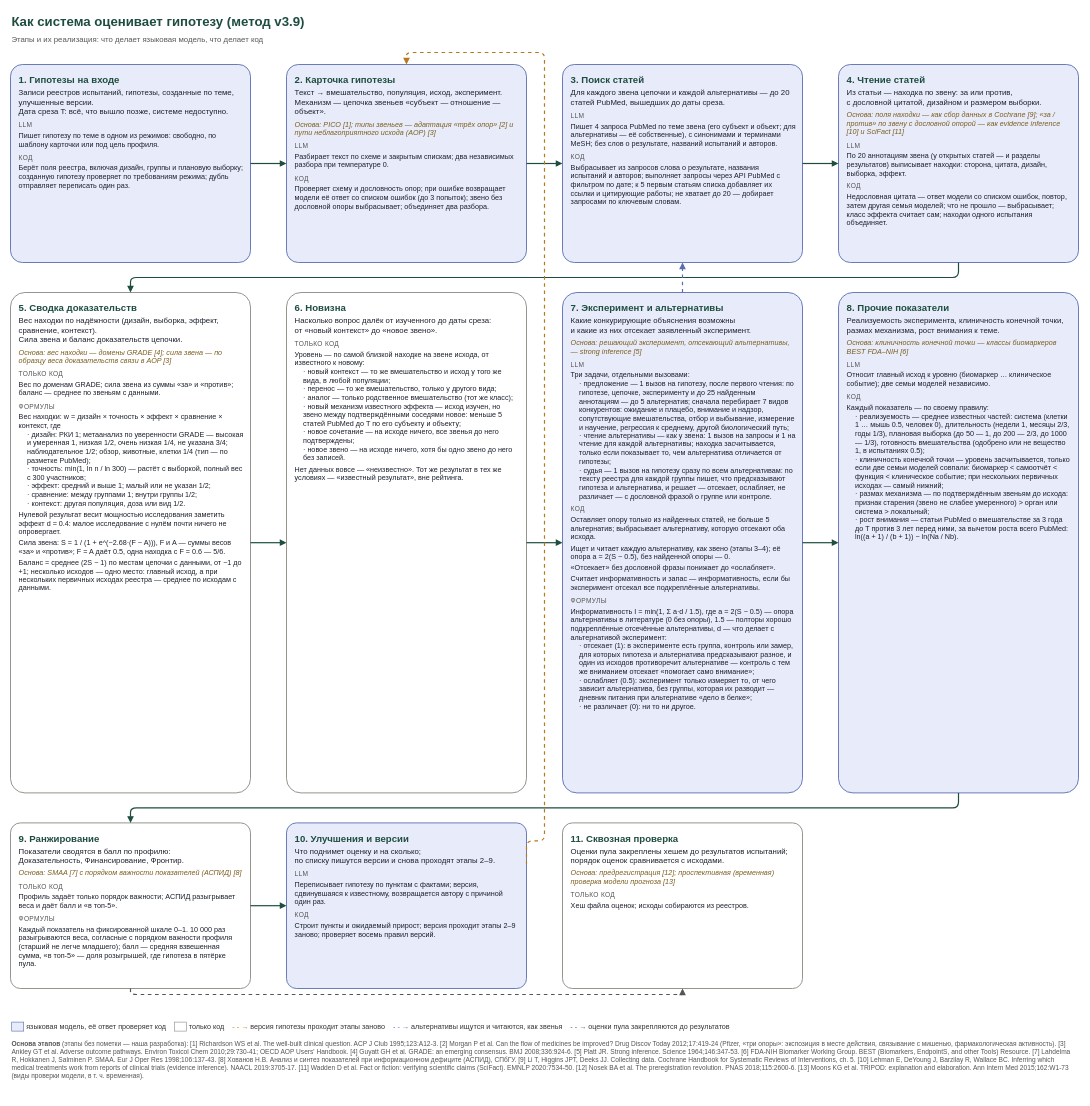
Earlier version of the draw.io diagram docs/system/flow_impl.drawio (danrd/hyp-arena). Source tidied: cells renumbered, new cells numbered last; positions are measured from the earlier drawing's top-left corner, leaving out a move shared by most shapes. Both pictures are drawn from the tidied source at 60%, with x=0, y=0 at pixel (10, 10).
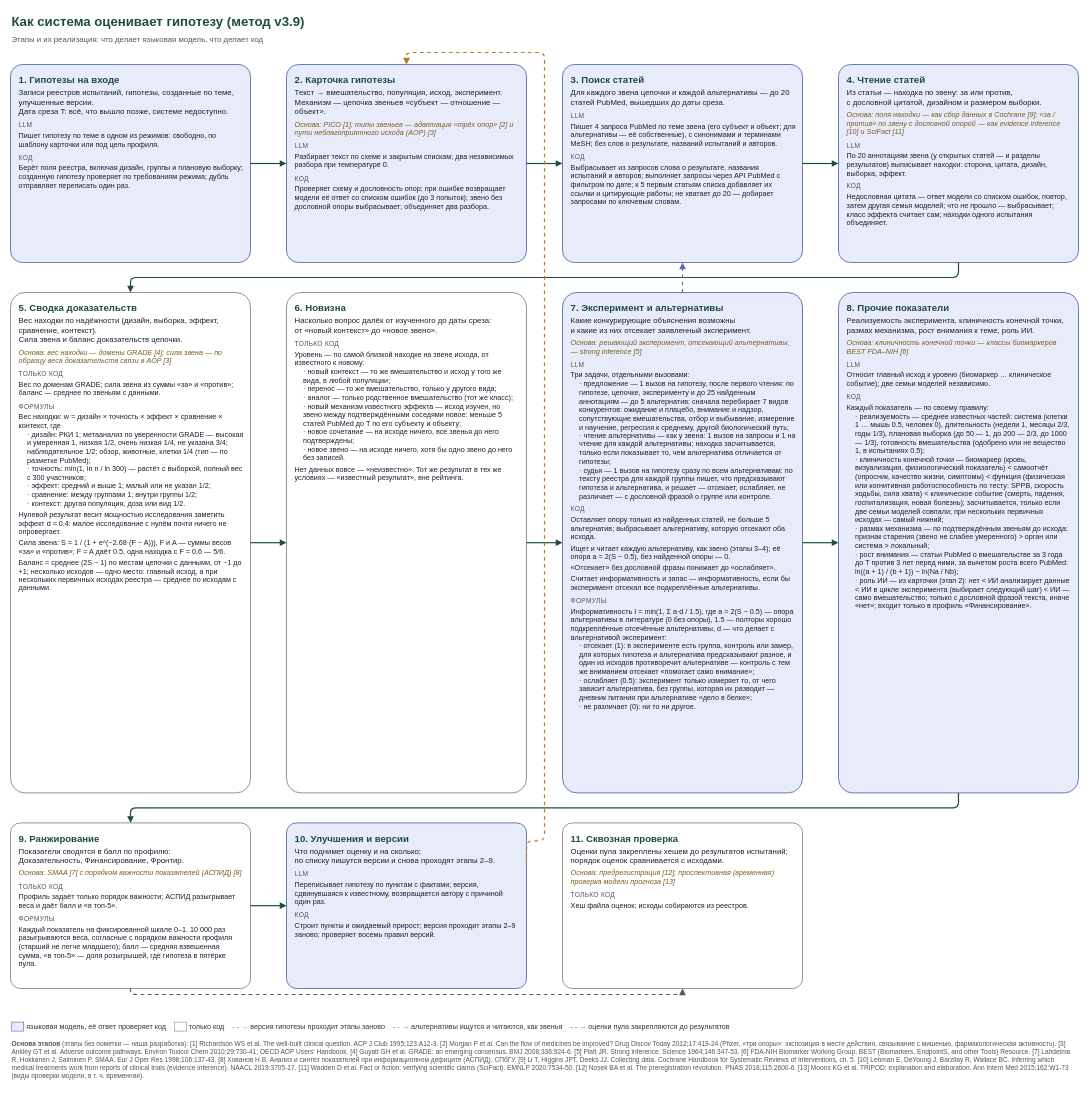
The same page after the edit.

Commit message (it also covers changes not shown here):
Flow scheme, stage 8: what each endpoint level means (function = performance measured by a test) and the AI role indicator

Diff of the diagram source:
```diff
@@
-    <mxCell id="10" value="&lt;div style='font-size:16px;color:#1E4D40'&gt;&lt;b&gt;8. Прочие показатели&lt;/b&gt;&lt;/div&gt;&lt;div style='margin-top:4px'&gt;Реализуемость эксперимента, клиничность конечной точки,&lt;br/&gt;размах механизма, рост внимания к теме.&lt;/div&gt;&lt;div style='margin-top:6px;font-size:12px;color:#7A5C1E'&gt;&lt;i&gt;Основа: клиничность конечной точки — классы биомаркеров BEST FDA–NIH [6]&lt;/i&gt;&lt;/div&gt;&lt;div style='margin-top:8px;font-size:11px;color:#555;text-transform:uppercase;letter-spacing:0.5px'&gt;LLM&lt;/div&gt;&lt;div style='font-size:12px'&gt;&lt;div style='margin-top:4px'&gt;Относит главный исход к уровню (биомаркер … клиническое событие); две семьи моделей независимо.&lt;/div&gt;&lt;/div&gt;&lt;div style='margin-top:8px;font-size:11px;color:#555;text-transform:uppercase;letter-spacing:0.5px'&gt;Код&lt;/div&gt;&lt;div style='font-size:12px'&gt;&lt;div style='margin-top:4px'&gt;Каждый показатель — по своему правилу:&lt;/div&gt;&lt;div style='padding-left:14px'&gt;· реализуемость — среднее известных частей: система (клетки 1 … мышь 0.5, человек 0), длительность (недели 1, месяцы 2/3, годы 1/3), плановая выборка (до 50 — 1, до 200 — 2/3, до 1000 — 1/3), готовность вмешательства (одобрено или не вещество 1, в испытаниях 0.5);&lt;/div&gt;&lt;div style='padding-left:14px'&gt;· клиничность конечной точки — уровень засчитывается, только если две семьи моделей совпали: биомаркер &amp;lt; самоотчёт &amp;lt; функция &amp;lt; клиническое событие; при нескольких первичных исходах — самый нижний;&lt;/div&gt;&lt;div style='padding-left:14px'&gt;· размах механизма — по подтверждённым звеньям до исхода: признак старения (звено не слабее умеренного) &amp;gt; орган или система &amp;gt; локальный;&lt;/div&gt;&lt;div style='padding-left:14px'&gt;· рост внимания — статьи PubMed о вмешательстве за 3 года до T против 3 лет перед ними, за вычетом роста всего PubMed: ln((a + 1) / (b + 1)) − ln(Na / Nb).&lt;/div&gt;&lt;/div&gt;" style="rounded=1;arcSize=6;whiteSpace=wrap;html=1;fillColor=#E8ECFA;strokeColor=#5A6FB0;strokeWidth=1.5;fontSize=13;fontColor=#1A202C;align=left;verticalAlign=top;spacingLeft=12;spacingRight=10;spacingTop=10;" parent="1" vertex="1">
+    <mxCell id="10" value="&lt;div style='font-size:16px;color:#1E4D40'&gt;&lt;b&gt;8. Прочие показатели&lt;/b&gt;&lt;/div&gt;&lt;div style='margin-top:4px'&gt;Реализуемость эксперимента, клиничность конечной точки,&lt;br/&gt;размах механизма, рост внимания к теме, роль ИИ.&lt;/div&gt;&lt;div style='margin-top:6px;font-size:12px;color:#7A5C1E'&gt;&lt;i&gt;Основа: клиничность конечной точки — классы биомаркеров BEST FDA–NIH [6]&lt;/i&gt;&lt;/div&gt;&lt;div style='margin-top:8px;font-size:11px;color:#555;text-transform:uppercase;letter-spacing:0.5px'&gt;LLM&lt;/div&gt;&lt;div style='font-size:12px'&gt;&lt;div style='margin-top:4px'&gt;Относит главный исход к уровню (биомаркер … клиническое событие); две семьи моделей независимо.&lt;/div&gt;&lt;/div&gt;&lt;div style='margin-top:8px;font-size:11px;color:#555;text-transform:uppercase;letter-spacing:0.5px'&gt;Код&lt;/div&gt;&lt;div style='font-size:12px'&gt;&lt;div style='margin-top:4px'&gt;Каждый показатель — по своему правилу:&lt;/div&gt;&lt;div style='padding-left:14px'&gt;· реализуемость — среднее известных частей: система (клетки 1 … мышь 0.5, человек 0), длительность (недели 1, месяцы 2/3, годы 1/3), плановая выборка (до 50 — 1, до 200 — 2/3, до 1000 — 1/3), готовность вмешательства (одобрено или не вещество 1, в испытаниях 0.5);&lt;/div&gt;&lt;div style='padding-left:14px'&gt;· клиничность конечной точки — биомаркер (кровь, визуализация, физиологический показатель) &amp;lt; самоотчёт (опросник, качество жизни, симптомы) &amp;lt; функция (физическая или когнитивная работоспособность по тесту: SPPB, скорость ходьбы, сила хвата) &amp;lt; клиническое событие (смерть, падения, госпитализация, новая болезнь); засчитывается, только если две семьи моделей совпали; при нескольких первичных исходах — самый нижний;&lt;/div&gt;&lt;div style='padding-left:14px'&gt;· размах механизма — по подтверждённым звеньям до исхода: признак старения (звено не слабее умеренного) &amp;gt; орган или система &amp;gt; локальный;&lt;/div&gt;&lt;div style='padding-left:14px'&gt;· рост внимания — статьи PubMed о вмешательстве за 3 года до T против 3 лет перед ними, за вычетом роста всего PubMed: ln((a + 1) / (b + 1)) − ln(Na / Nb);&lt;/div&gt;&lt;div style='padding-left:14px'&gt;· роль ИИ — из карточки (этап 2): нет &amp;lt; ИИ анализирует данные &amp;lt; ИИ в цикле эксперимента (выбирает следующий шаг) &amp;lt; ИИ — само вмешательство; только с дословной фразой текста, иначе «нет»; входит только в профиль «Финансирование».&lt;/div&gt;&lt;/div&gt;" style="rounded=1;arcSize=6;whiteSpace=wrap;html=1;fillColor=#E8ECFA;strokeColor=#5A6FB0;strokeWidth=1.5;fontSize=13;fontColor=#1A202C;align=left;verticalAlign=top;spacingLeft=12;spacingRight=10;spacingTop=10;" parent="1" vertex="1">
       <mxGeometry x="1380" y="470" width="400" height="834" as="geometry" />
     </mxCell>
```
